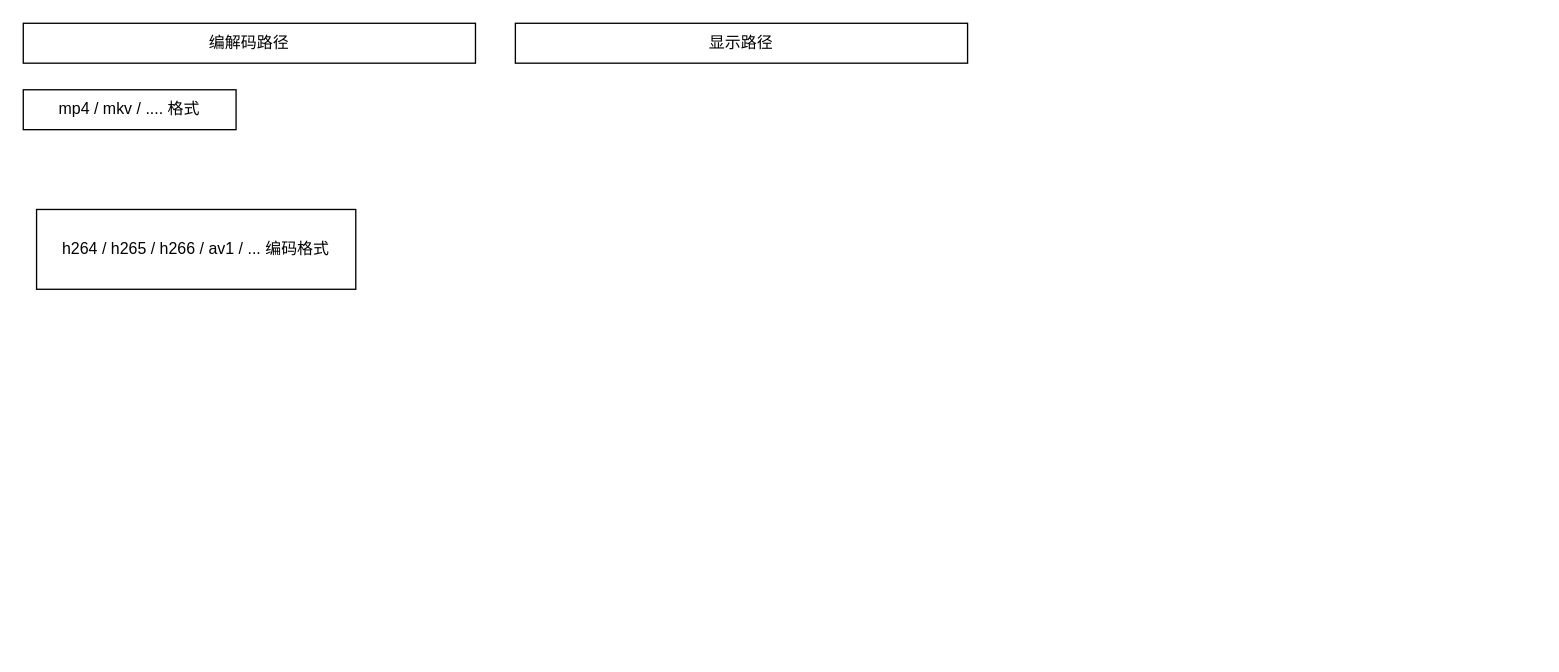
731617501/drawio_for_obsidian keeps this draw.io diagram as 编解码与显示.drawio. Above is the earlier version. Source tidied: cells renumbered, new cells numbered last; positions are measured from the earlier drawing's top-left corner, leaving out a move shared by most shapes. Both pictures are drawn from the tidied source at 133%, with x=0, y=0 at pixel (23, 23).
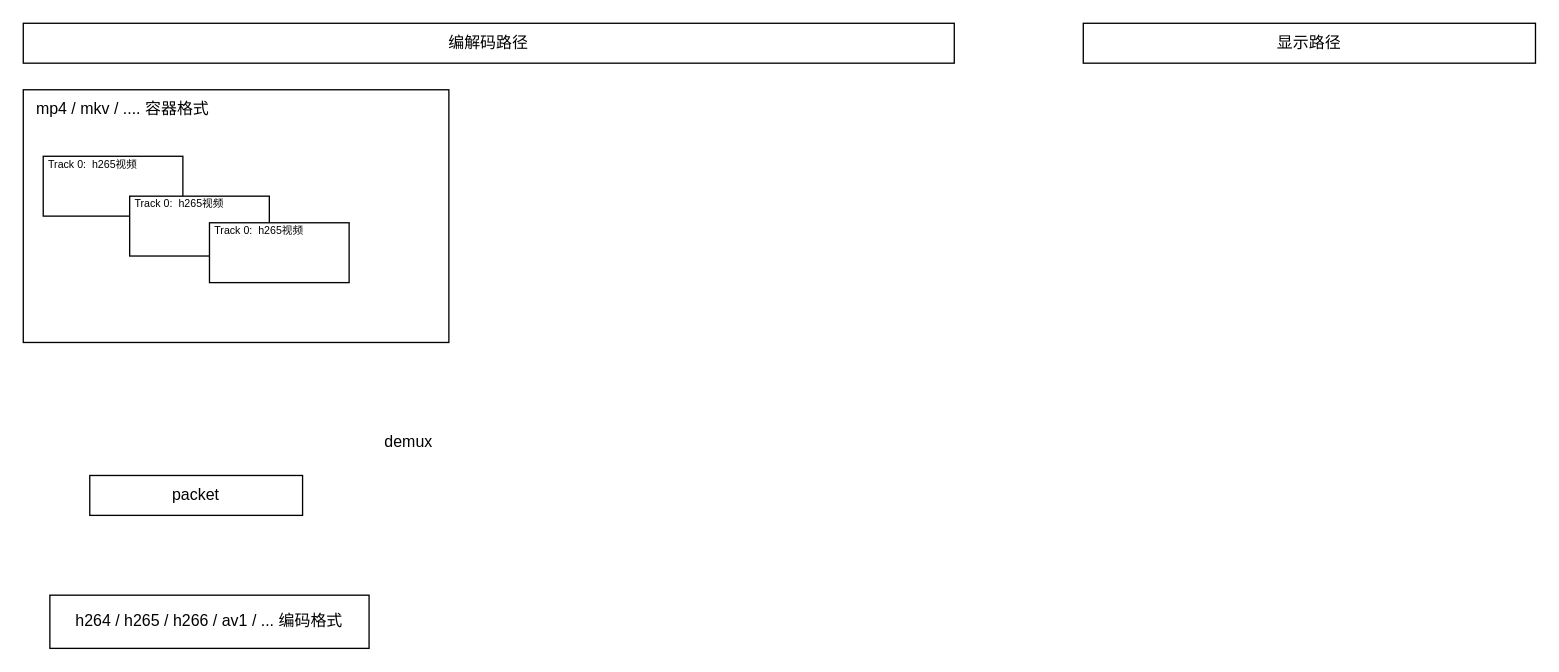
Above is the later version.

Commit message:
更新编解码与显示.drawio

Diff of the diagram source:
```diff
@@
 <mxGraphModel>
   <root>
     <mxCell id="0" />
     <mxCell id="1" parent="0" />
     <mxCell id="2" value="编解码路径" style="rounded=0;whiteSpace=wrap;html=1;" parent="1" vertex="1">
-      <mxGeometry width="340" height="30" as="geometry" />
+      <mxGeometry width="700" height="30" as="geometry" />
     </mxCell>
     <mxCell id="3" value="显示路径" style="rounded=0;whiteSpace=wrap;html=1;" parent="1" vertex="1">
-      <mxGeometry x="370" width="340" height="30" as="geometry" />
+      <mxGeometry x="797" width="340" height="30" as="geometry" />
     </mxCell>
-    <mxCell id="4" value="mp4 / mkv / .... 格式" style="rounded=0;whiteSpace=wrap;html=1;" parent="1" vertex="1">
-      <mxGeometry y="50" width="160" height="30" as="geometry" />
+    <mxCell id="4" style="rounded=0;whiteSpace=wrap;html=1;align=left;verticalAlign=top;" parent="1" vertex="1">
+      <mxGeometry y="50" width="320" height="190" as="geometry" />
     </mxCell>
     <mxCell id="5" value="h264 / h265 / h266 / av1 / ... 编码格式" style="whiteSpace=wrap;html=1;rounded=0;" parent="1" vertex="1">
-      <mxGeometry x="10" y="140" width="240" height="60" as="geometry" />
+      <mxGeometry x="20" y="430" width="240" height="40" as="geometry" />
     </mxCell>
+    <mxCell id="6" value="packet" style="rounded=0;whiteSpace=wrap;html=1;" parent="1" vertex="1">
+      <mxGeometry x="50" y="340" width="160" height="30" as="geometry" />
+    </mxCell>
+    <mxCell id="7" value="&lt;div&gt;demux&lt;/div&gt;" style="text;html=1;whiteSpace=wrap;strokeColor=none;fillColor=none;align=center;verticalAlign=middle;rounded=0;" parent="1" vertex="1">
+      <mxGeometry x="260" y="300" width="60" height="30" as="geometry" />
+    </mxCell>
+    <mxCell id="8" value="mp4 / mkv / .... 容器格式" style="text;html=1;whiteSpace=wrap;strokeColor=none;fillColor=none;align=center;verticalAlign=middle;rounded=0;" parent="1" vertex="1">
+      <mxGeometry y="50" width="150" height="30" as="geometry" />
+    </mxCell>
+    <mxCell id="9" style="rounded=0;whiteSpace=wrap;html=1;" parent="1" vertex="1">
+      <mxGeometry x="15" y="100" width="105" height="45" as="geometry" />
+    </mxCell>
+    <mxCell id="10" value="&lt;div&gt;&lt;font style=&quot;font-size: 8px;&quot;&gt;Track 0:&amp;nbsp; h265视频&lt;/font&gt;&lt;/div&gt;" style="text;html=1;whiteSpace=wrap;strokeColor=none;fillColor=none;align=center;verticalAlign=middle;rounded=0;fontSize=10;" parent="1" vertex="1">
+      <mxGeometry x="15" y="100" width="75" height="10" as="geometry" />
+    </mxCell>
+    <mxCell id="11" style="rounded=0;whiteSpace=wrap;html=1;" parent="1" vertex="1">
+      <mxGeometry x="80" y="130" width="105" height="45" as="geometry" />
+    </mxCell>
+    <mxCell id="12" value="&lt;div&gt;&lt;font style=&quot;font-size: 8px;&quot;&gt;Track 0:&amp;nbsp; h265视频&lt;/font&gt;&lt;/div&gt;" style="text;html=1;whiteSpace=wrap;strokeColor=none;fillColor=none;align=center;verticalAlign=middle;rounded=0;fontSize=10;" parent="1" vertex="1">
+      <mxGeometry x="80" y="130" width="75" height="10" as="geometry" />
+    </mxCell>
+    <mxCell id="13" style="rounded=0;whiteSpace=wrap;html=1;" parent="1" vertex="1">
+      <mxGeometry x="140" y="150" width="105" height="45" as="geometry" />
+    </mxCell>
+    <mxCell id="14" value="&lt;div&gt;&lt;font style=&quot;font-size: 8px;&quot;&gt;Track 0:&amp;nbsp; h265视频&lt;/font&gt;&lt;/div&gt;" style="text;html=1;whiteSpace=wrap;strokeColor=none;fillColor=none;align=center;verticalAlign=middle;rounded=0;fontSize=10;" parent="1" vertex="1">
+      <mxGeometry x="140" y="150" width="75" height="10" as="geometry" />
+    </mxCell>
   </root>
 </mxGraphModel>
```
